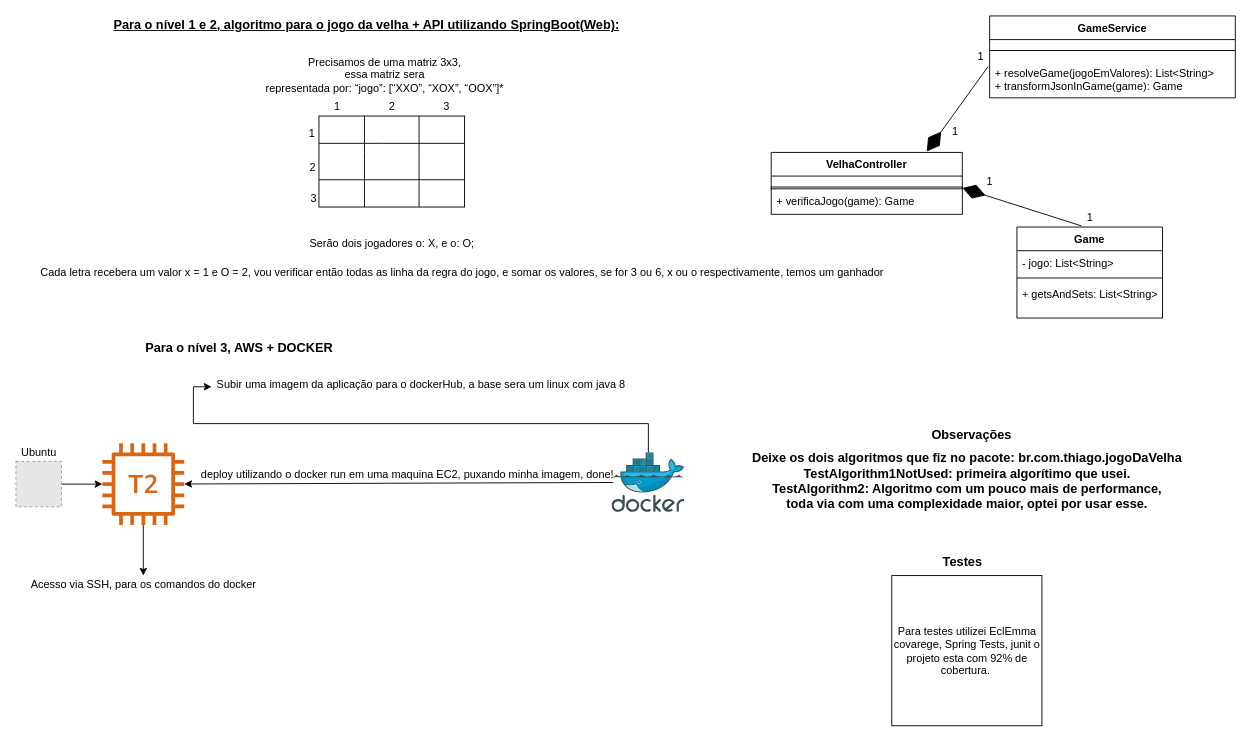
This is Desenho/solucao_proposta_jogo_da_velha.drawio from thiagolg123/JogoDaVelha, a draw.io file, before an edit. Source tidied: cells renumbered, new cells numbered last; positions are measured from the earlier drawing's top-left corner, leaving out a move shared by most shapes. Both pictures are drawn from the tidied source at 91%, with x=0, y=0 at pixel (15, 15). Pictures stored in the file or linked from it are replaced by grey dashed boxes.
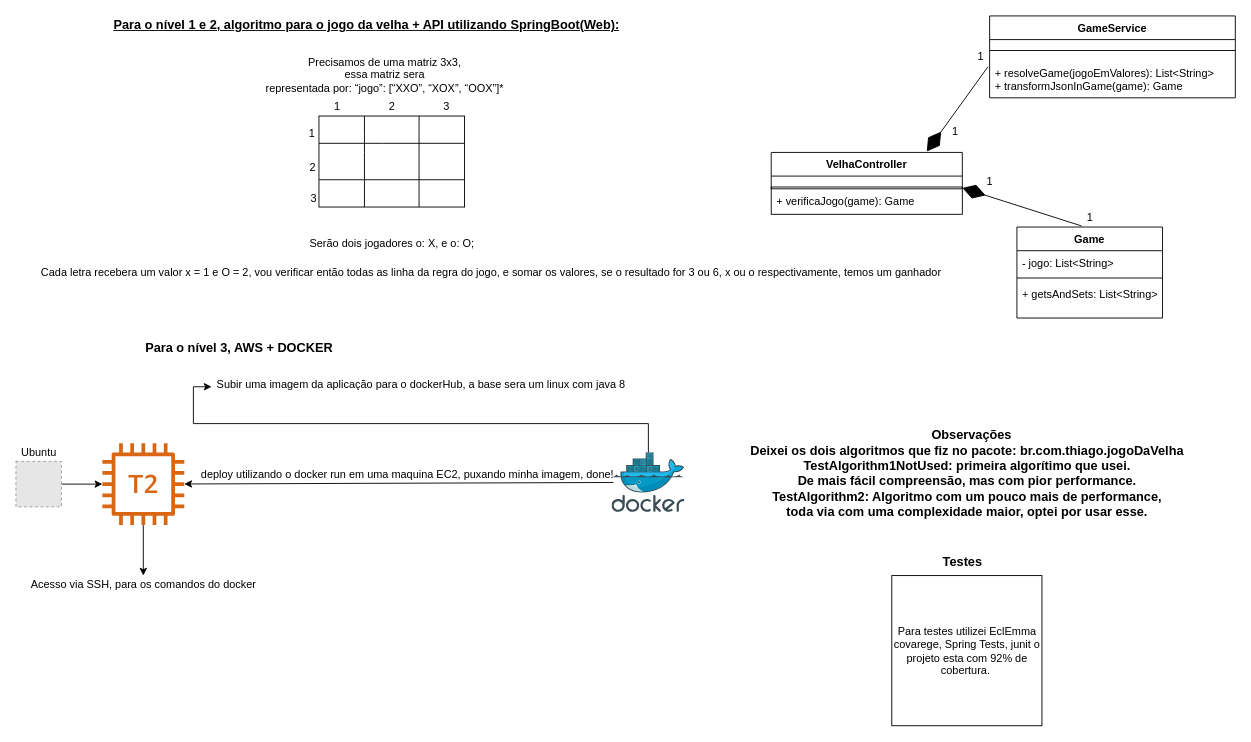
The same diagram, later.

Diff of the diagram source:
```diff
@@
-    <mxCell id="21" value="Cada letra recebera um valor x = 1 e O = 2, vou verificar então todas as linha da regra do jogo, e somar os valores, se for 3 ou 6, x ou o respectivamente, temos um ganhador" style="text;html=1;align=center;verticalAlign=middle;" parent="1" vertex="1">
-      <mxGeometry x="20" y="272" width="940" height="20" as="geometry" />
+    <mxCell id="21" value="Cada letra recebera um valor x = 1 e O = 2, vou verificar então todas as linha da regra do jogo, e somar os valores, se o resultado for 3 ou 6, x ou o respectivamente, temos um ganhador" style="text;html=1;align=center;verticalAlign=middle;" parent="1" vertex="1">
+      <mxGeometry x="22" y="272" width="1000" height="20" as="geometry" />
     </mxCell>
@@
-    <mxCell id="46" value="&lt;font&gt;&lt;span style=&quot;font-size: 14px&quot;&gt;&lt;b&gt;Deixe os dois algoritmos que fiz no pacote: br.com.thiago.jogoDaVelha&lt;/b&gt;&lt;/span&gt;&lt;br&gt;&lt;span style=&quot;font-size: 14px&quot;&gt;&lt;b&gt;TestAlgorithm1NotUsed: primeira algorítimo que usei.&lt;/b&gt;&lt;/span&gt;&lt;br&gt;&lt;span style=&quot;font-size: 14px&quot;&gt;&lt;b&gt;TestAlgorithm2: Algoritmo com um pouco mais de performance, &lt;/b&gt;&lt;/span&gt;&lt;br&gt;&lt;span style=&quot;font-size: 14px&quot;&gt;&lt;b&gt;toda via com uma complexidade maior, optei por usar esse.&lt;/b&gt;&lt;/span&gt;&lt;/font&gt;" style="text;html=1;align=center;verticalAlign=middle;" parent="1" vertex="1">
-      <mxGeometry x="800" y="475.5" width="490" height="70" as="geometry" />
+    <mxCell id="46" value="&lt;font&gt;&lt;span style=&quot;font-size: 14px&quot;&gt;&lt;b&gt;Deixei os dois algoritmos que fiz no pacote: br.com.thiago.jogoDaVelha&lt;/b&gt;&lt;/span&gt;&lt;br&gt;&lt;span style=&quot;font-size: 14px&quot;&gt;&lt;b&gt;TestAlgorithm1NotUsed: primeira algorítimo que usei.&lt;br&gt;&lt;/b&gt;&lt;/span&gt;&lt;font style=&quot;font-size: 14px&quot;&gt;&lt;b&gt;De mais fácil compreensão, mas com pior performance.&lt;/b&gt;&lt;/font&gt;&lt;br&gt;&lt;span style=&quot;font-size: 14px&quot;&gt;&lt;b&gt;TestAlgorithm2: Algoritmo com um pouco mais de performance, &lt;/b&gt;&lt;/span&gt;&lt;br&gt;&lt;span style=&quot;font-size: 14px&quot;&gt;&lt;b&gt;toda via com uma complexidade maior, optei por usar esse.&lt;/b&gt;&lt;/span&gt;&lt;/font&gt;" style="text;html=1;align=center;verticalAlign=middle;" parent="1" vertex="1">
+      <mxGeometry x="800" y="470.5" width="490" height="80" as="geometry" />
     </mxCell>
```
